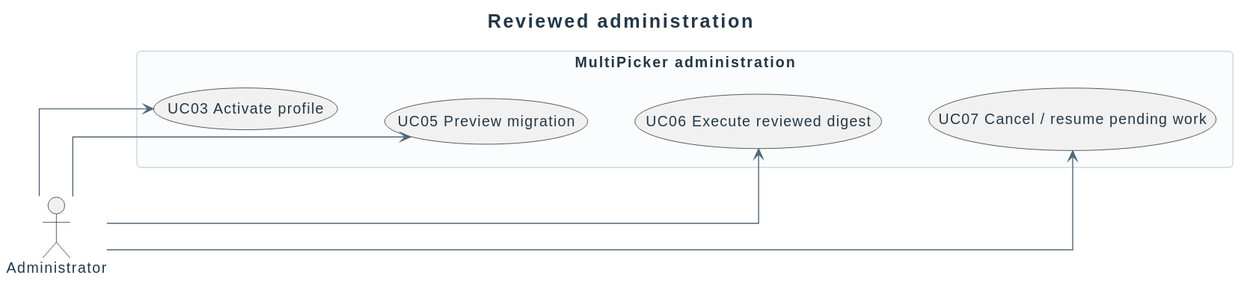
didactika/moodle-local_coursefiles keeps this PlantUML diagram as docs/diagrams/requirements/migration-use-cases.svg. Above is the earlier version.
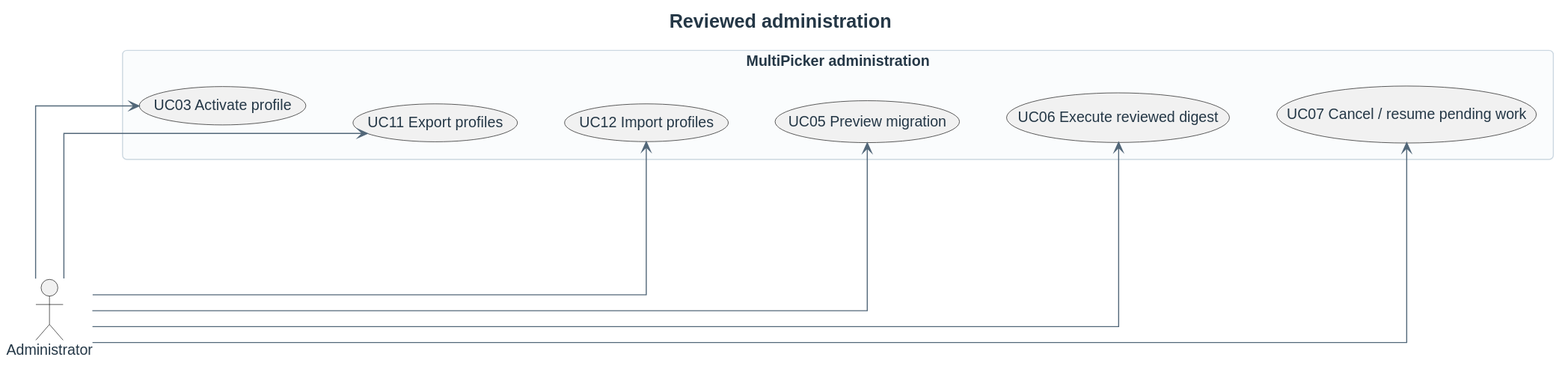
The same diagram one commit later.

What changed in the source:
```diff
@@ -5,15 +5,21 @@
 actor Administrator
 rectangle "MultiPicker administration" {
   usecase "UC03 Activate profile" as Profile
+  usecase "UC11 Export profiles" as Export
+  usecase "UC12 Import profiles" as Import
   usecase "UC05 Preview migration" as Preview
   usecase "UC06 Execute reviewed digest" as Execute
   usecase "UC07 Cancel / resume pending work" as Resume
 }
 Administrator --> Profile
+Administrator --> Export
+Administrator --> Import
 Administrator --> Preview
 Administrator --> Execute
 Administrator --> Resume
-Profile -[hidden]down-> Preview
+Profile -[hidden]down-> Export
+Export -[hidden]down-> Import
+Import -[hidden]down-> Preview
 Preview -[hidden]down-> Execute
 Execute -[hidden]down-> Resume
 @enduml
```
